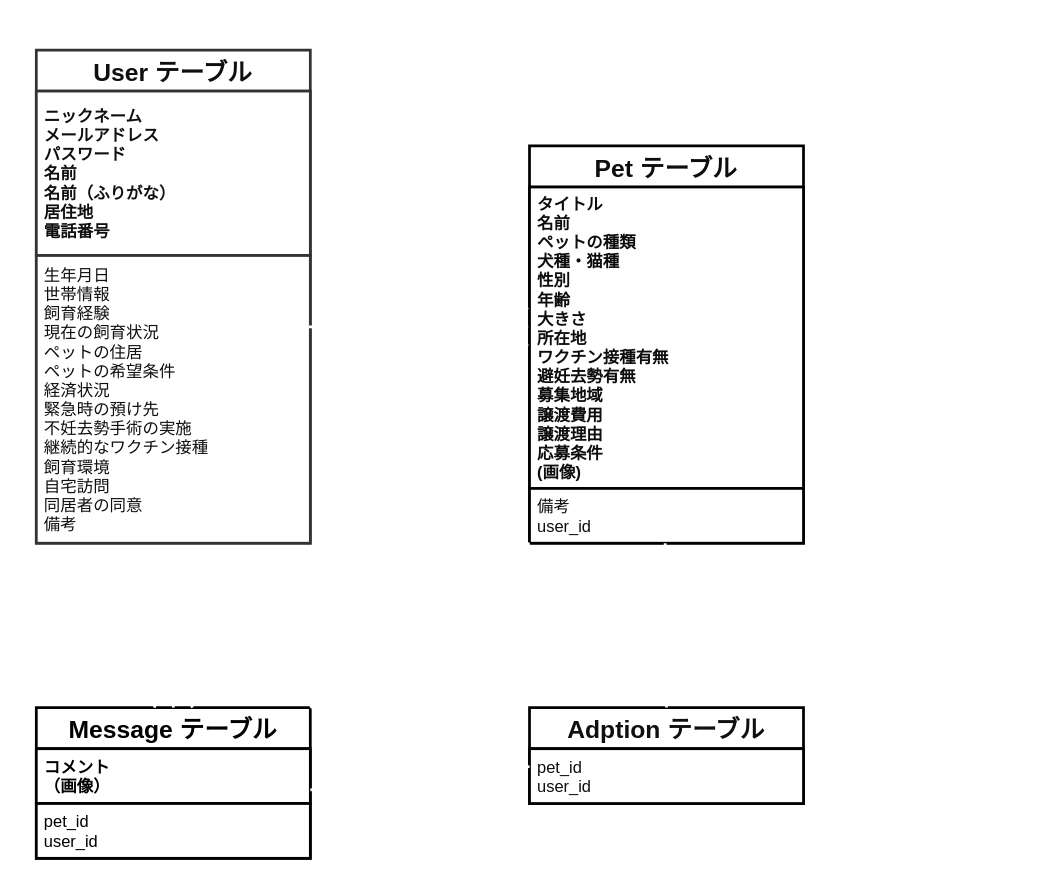
Above: ER.dio in aya-tsubono/share-pets (draw.io), before the change. Source tidied: cells renumbered, new cells numbered last; positions are measured from the earlier drawing's top-left corner, leaving out a move shared by most shapes. Both pictures are drawn from the tidied source at 137%, with x=0, y=0 at pixel (36, 49).
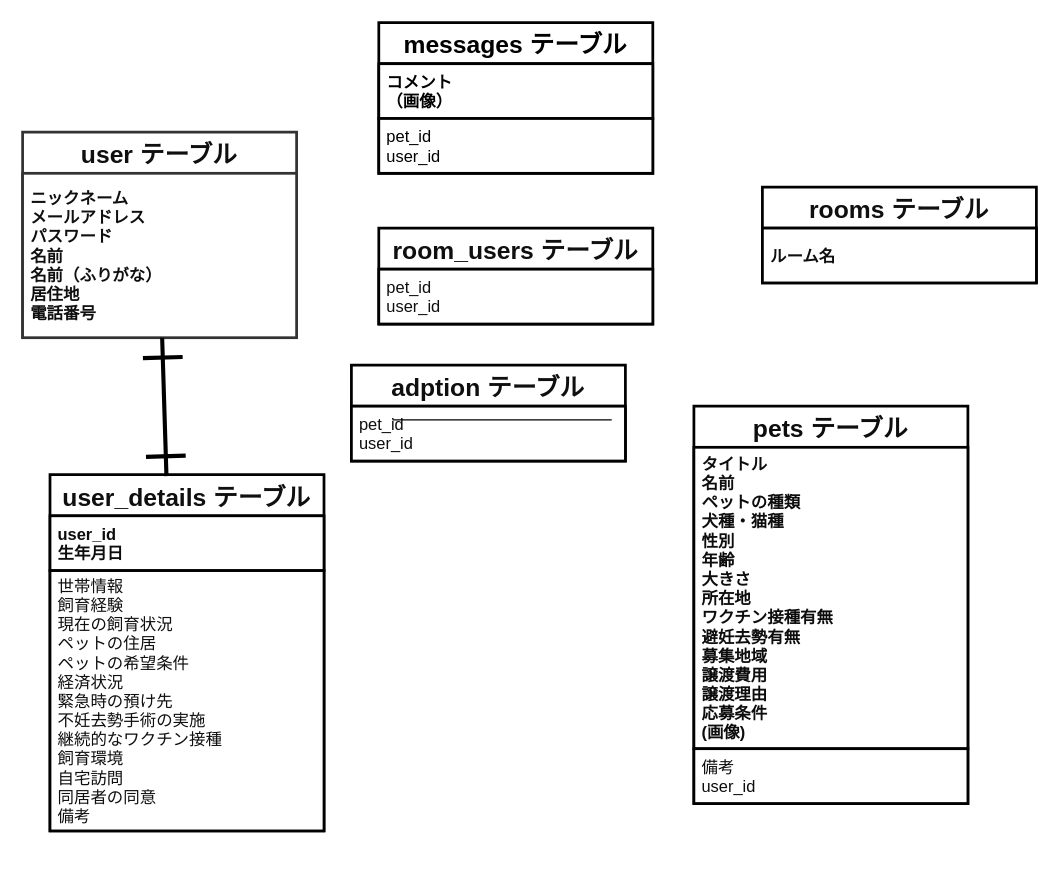
After the change.

Commit message (it also covers changes not shown here):
DB設計の修正

Unchanged cells that the change refers to:
```xml
<mxCell id="3" value="ニックネーム&#10;メールアドレス&#10;パスワード&#10;名前&#10;名前（ふりがな）&#10;居住地&#10;電話番号" style="text;spacingLeft=4;spacingRight=4;overflow=hidden;points=[[0,0.5],[1,0.5]];portConstraint=eastwest;fontSize=12;verticalAlign=middle;fontStyle=1;strokeWidth=2;fillColor=#FFFFFF;strokeColor=#333333;fontColor=#0F0F0F;" parent="2" vertex="1">
  <mxGeometry y="30" width="200" height="120" as="geometry" />
</mxCell>
<mxCell id="6" value="タイトル&#10;名前&#10;ペットの種類&#10;犬種・猫種&#10;性別&#10;年齢&#10;大きさ&#10;所在地&#10;ワクチン接種有無&#10;避妊去勢有無&#10;募集地域&#10;譲渡費用&#10;譲渡理由&#10;応募条件&#10;(画像)" style="text;spacingLeft=4;spacingRight=4;overflow=hidden;points=[[0,0.5],[1,0.5]];portConstraint=eastwest;fontSize=12;verticalAlign=middle;fontStyle=1;strokeWidth=2;strokeColor=#000000;fontColor=#0D0D0D;fillColor=#FFFFFF;" parent="5" vertex="1">
  <mxGeometry y="30" width="200" height="220" as="geometry" />
</mxCell>
```

The edit, as a diff of the source:
```diff
@@
-    <mxCell id="2" value="User テーブル" style="swimlane;fontStyle=1;horizontal=1;startSize=30;align=center;fontSize=18;strokeWidth=2;fillColor=#FFFFFF;strokeColor=#333333;fontColor=#0F0F0F;" parent="1" vertex="1">
-      <mxGeometry width="200" height="360" as="geometry" />
+    <mxCell id="2" value="user テーブル" style="swimlane;fontStyle=1;horizontal=1;startSize=30;align=center;fontSize=18;strokeWidth=2;fillColor=#FFFFFF;strokeColor=#333333;fontColor=#0F0F0F;" parent="1" vertex="1">
+      <mxGeometry x="-10" y="60" width="200" height="150" as="geometry" />
     </mxCell>
@@
-    <mxCell id="4" value="生年月日&#10;世帯情報&#10;飼育経験&#10;現在の飼育状況&#10;ペットの住居&#10;ペットの希望条件&#10;経済状況&#10;緊急時の預け先&#10;不妊去勢手術の実施&#10;継続的なワクチン接種&#10;飼育環境&#10;自宅訪問&#10;同居者の同意&#10;備考" style="text;spacingLeft=4;spacingRight=4;overflow=hidden;points=[[0,0.5],[1,0.5]];portConstraint=eastwest;fontSize=12;verticalAlign=middle;strokeWidth=2;fillColor=#FFFFFF;strokeColor=#333333;fontColor=#0F0F0F;" parent="2" vertex="1">
-      <mxGeometry y="150" width="200" height="210" as="geometry" />
-    </mxCell>
-    <mxCell id="5" value="Pet テーブル" style="swimlane;fontStyle=1;horizontal=1;startSize=30;align=center;fontSize=18;strokeWidth=2;strokeColor=#000000;fontColor=#0D0D0D;fillColor=#FFFFFF;" parent="1" vertex="1">
-      <mxGeometry x="360" y="70" width="200" height="290" as="geometry" />
+    <mxCell id="5" value="pets テーブル" style="swimlane;fontStyle=1;horizontal=1;startSize=30;align=center;fontSize=18;strokeWidth=2;strokeColor=#000000;fontColor=#0D0D0D;fillColor=#FFFFFF;" parent="1" vertex="1">
+      <mxGeometry x="480" y="260" width="200" height="290" as="geometry" />
     </mxCell>
@@
-    <mxCell id="8" value="Message テーブル" style="swimlane;fontStyle=1;horizontal=1;startSize=30;align=center;fontSize=18;strokeWidth=2;strokeColor=#000000;fillColor=#FFFFFF;fontColor=#000000;" parent="1" vertex="1">
-      <mxGeometry y="480" width="200" height="110" as="geometry" />
+    <mxCell id="8" value="messages テーブル" style="swimlane;fontStyle=1;horizontal=1;startSize=30;align=center;fontSize=18;strokeWidth=2;strokeColor=#000000;fillColor=#FFFFFF;fontColor=#000000;" parent="1" vertex="1">
+      <mxGeometry x="250" y="-20" width="200" height="110" as="geometry" />
     </mxCell>
@@
-    <mxCell id="11" value="Adption テーブル" style="swimlane;fontStyle=1;horizontal=1;startSize=30;align=center;fontSize=18;strokeWidth=2;strokeColor=#000000;fontColor=#0F0F0F;fillColor=#FFFFFF;" parent="1" vertex="1">
-      <mxGeometry x="360" y="480" width="200" height="70" as="geometry" />
+    <mxCell id="11" value="user_details テーブル" style="swimlane;fontStyle=1;horizontal=1;startSize=30;align=center;fontSize=18;strokeWidth=2;strokeColor=#000000;fontColor=#0F0F0F;fillColor=#FFFFFF;" parent="1" vertex="1">
+      <mxGeometry x="10" y="310" width="200" height="260" as="geometry" />
     </mxCell>
+    <mxCell id="18" value="user_id&#10;生年月日" style="text;spacingLeft=4;spacingRight=4;overflow=hidden;fontSize=12;verticalAlign=middle;strokeWidth=2;strokeColor=#000000;fontColor=#0D0D0D;fillColor=#FFFFFF;fontStyle=1;" parent="11" vertex="1">
+      <mxGeometry y="30" width="200" height="40" as="geometry" />
+    </mxCell>
-    <mxCell id="12" value="pet_id&#10;user_id" style="text;spacingLeft=4;spacingRight=4;overflow=hidden;fontSize=12;verticalAlign=middle;fontStyle=0;strokeWidth=2;strokeColor=#000000;fontColor=#0F0F0F;fillColor=#FFFFFF;" parent="11" vertex="1">
-      <mxGeometry y="30" width="200" height="40" as="geometry" />
+    <mxCell id="12" value="世帯情報&#10;飼育経験&#10;現在の飼育状況&#10;ペットの住居&#10;ペットの希望条件&#10;経済状況&#10;緊急時の預け先&#10;不妊去勢手術の実施&#10;継続的なワクチン接種&#10;飼育環境&#10;自宅訪問&#10;同居者の同意&#10;備考" style="text;spacingLeft=4;spacingRight=4;overflow=hidden;fontSize=12;verticalAlign=middle;fontStyle=0;strokeWidth=2;strokeColor=#000000;fontColor=#0F0F0F;fillColor=#FFFFFF;" parent="11" vertex="1">
+      <mxGeometry y="70" width="200" height="190" as="geometry" />
     </mxCell>
-    <mxCell id="13" style="edgeStyle=entityRelationEdgeStyle;fontSize=12;html=1;endArrow=ERmany;entryX=-0.005;entryY=0.464;entryDx=0;entryDy=0;exitX=0.995;exitY=0.248;exitDx=0;exitDy=0;exitPerimeter=0;entryPerimeter=0;endSize=25;startSize=25;endFill=0;startArrow=ERone;startFill=0;strokeWidth=2;strokeColor=#FFFFFF;" parent="1" edge="1" source="4" target="6">
-      <mxGeometry relative="1" as="geometry" />
-    </mxCell>
-    <mxCell id="14" style="endArrow=ERmany;html=1;rounded=0;fontSize=12;startSize=25;exitX=0.5;exitY=1.01;exitDx=0;exitDy=0;exitPerimeter=0;entryX=0.5;entryY=0;entryDx=0;entryDy=0;endFill=0;startArrow=ERmany;startFill=0;endSize=25;strokeWidth=2;strokeColor=#FFFFFF;" parent="1" edge="1" source="4" target="8">
-      <mxGeometry relative="1" as="geometry" />
-    </mxCell>
-    <mxCell id="15" style="endArrow=ERone;html=1;rounded=0;fontSize=12;startSize=25;endSize=25;exitX=0.5;exitY=0;exitDx=0;exitDy=0;endFill=0;startArrow=ERone;startFill=0;strokeWidth=2;strokeColor=#FFFFFF;" parent="1" edge="1" source="11">
-      <mxGeometry relative="1" as="geometry">
-        <mxPoint x="459" y="360" as="targetPoint" />
-      </mxGeometry>
-    </mxCell>
-    <mxCell id="16" style="endArrow=ERone;html=1;rounded=0;fontSize=12;startSize=25;endSize=25;endFill=0;startArrow=ERone;startFill=0;strokeWidth=2;strokeColor=#FFFFFF;" parent="1" edge="1">
-      <mxGeometry relative="1" as="geometry">
-        <mxPoint x="360" y="523" as="sourcePoint" />
-        <mxPoint x="200" y="540" as="targetPoint" />
-      </mxGeometry>
-    </mxCell>
-    <mxCell id="17" style="endArrow=ERone;html=1;rounded=0;fontSize=12;startSize=25;endSize=25;endFill=0;startArrow=ERone;startFill=0;strokeWidth=2;strokeColor=#FFFFFF;" parent="1" edge="1">
-      <mxGeometry relative="1" as="geometry">
-        <mxPoint x="360" y="360" as="sourcePoint" />
-        <mxPoint x="200" y="480" as="targetPoint" />
-      </mxGeometry>
-    </mxCell>
+    <mxCell id="19" value="rooms テーブル" style="swimlane;fontStyle=1;horizontal=1;startSize=30;align=center;fontSize=18;strokeWidth=2;strokeColor=#000000;fontColor=#0F0F0F;fillColor=#FFFFFF;" parent="1" vertex="1">
+      <mxGeometry x="530" y="100" width="200" height="70" as="geometry" />
+    </mxCell>
+    <mxCell id="20" value="ルーム名" style="text;spacingLeft=4;spacingRight=4;overflow=hidden;fontSize=12;verticalAlign=middle;fontStyle=1;strokeWidth=2;strokeColor=#000000;fontColor=#0F0F0F;fillColor=#FFFFFF;" parent="19" vertex="1">
+      <mxGeometry y="30" width="200" height="40" as="geometry" />
+    </mxCell>
+    <mxCell id="21" value="room_users テーブル" style="swimlane;fontStyle=1;horizontal=1;startSize=30;align=center;fontSize=18;strokeWidth=2;strokeColor=#000000;fontColor=#0F0F0F;fillColor=#FFFFFF;" parent="1" vertex="1">
+      <mxGeometry x="250" y="130" width="200" height="70" as="geometry" />
+    </mxCell>
+    <mxCell id="22" value="pet_id&#10;user_id" style="text;spacingLeft=4;spacingRight=4;overflow=hidden;fontSize=12;verticalAlign=middle;fontStyle=0;strokeWidth=2;strokeColor=#000000;fontColor=#0F0F0F;fillColor=#FFFFFF;" parent="21" vertex="1">
+      <mxGeometry y="30" width="200" height="40" as="geometry" />
+    </mxCell>
+    <mxCell id="23" value="adption テーブル" style="swimlane;fontStyle=1;horizontal=1;startSize=30;align=center;fontSize=18;strokeWidth=2;strokeColor=#000000;fontColor=#0F0F0F;fillColor=#FFFFFF;" parent="1" vertex="1">
+      <mxGeometry x="230" y="230" width="200" height="70" as="geometry" />
+    </mxCell>
+    <mxCell id="24" value="pet_id&#10;user_id" style="text;spacingLeft=4;spacingRight=4;overflow=hidden;fontSize=12;verticalAlign=middle;fontStyle=0;strokeWidth=2;strokeColor=#000000;fontColor=#0F0F0F;fillColor=#FFFFFF;" parent="23" vertex="1">
+      <mxGeometry y="30" width="200" height="40" as="geometry" />
+    </mxCell>
+    <mxCell id="25" style="endArrow=none;html=1;rounded=0;" parent="1" edge="1">
+      <mxGeometry relative="1" as="geometry">
+        <mxPoint x="260" y="270" as="sourcePoint" />
+        <mxPoint x="420" y="270" as="targetPoint" />
+      </mxGeometry>
+    </mxCell>
+    <mxCell id="26" style="endArrow=ERone;html=1;endSize=25;strokeWidth=3;startSize=25;startArrow=ERone;startFill=0;endFill=0;exitX=0.425;exitY=0.004;exitDx=0;exitDy=0;exitPerimeter=0;" parent="1" edge="1" source="11" target="3">
+      <mxGeometry relative="1" as="geometry" />
+    </mxCell>
```
